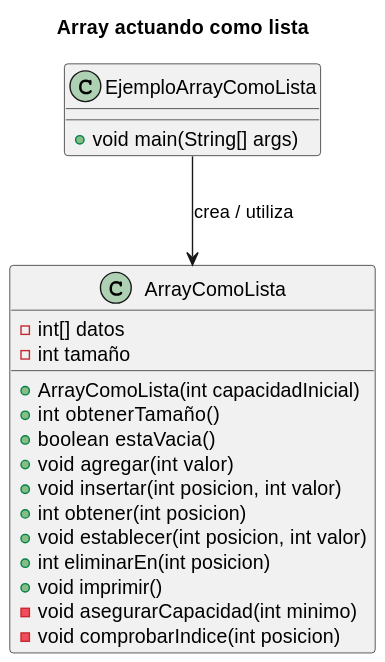
Above: entregas/orozcoBeatriz/documentosUML/ArrayComoLista.svg in mmasias/25-26-EDA1 (PlantUML), before the change. The source it was exported from:
```plantuml
@startuml
title Array actuando como lista

class ArrayComoLista {
  - int[] datos
  - int tamaño
  + ArrayComoLista(int capacidadInicial)
  + int obtenerTamaño()
  + boolean estaVacia()
  + void agregar(int valor)
  + void insertar(int posicion, int valor)
  + int obtener(int posicion)
  + void establecer(int posicion, int valor)
  + int eliminarEn(int posicion)
  + void imprimir()
  - void asegurarCapacidad(int minimo)
  - void comprobarIndice(int posicion)
}

class EjemploArrayComoLista {
  + void main(String[] args)
}

EjemploArrayComoLista --> ArrayComoLista : crea / utiliza
@enduml
```
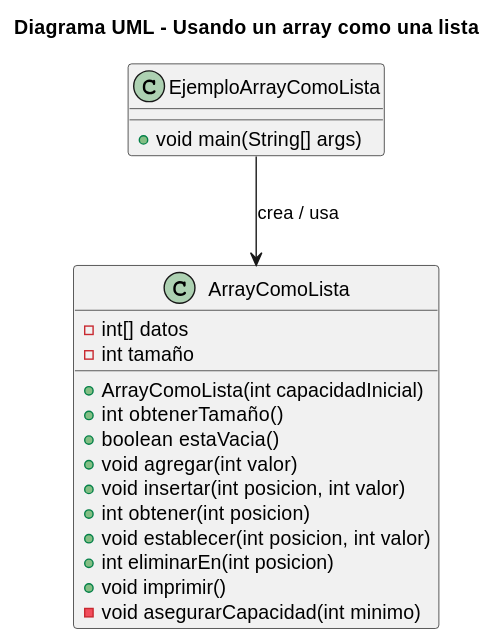
After the commit.

Commit message:
Actualizo el diagram UML del codigo

The edit, as a diff of the source:
```diff
@@ -1,5 +1,5 @@
 @startuml
-title Array actuando como lista
+title Diagrama UML - Usando un array como una lista
 
 class ArrayComoLista {
   - int[] datos
@@ -14,12 +14,11 @@
   + int eliminarEn(int posicion)
   + void imprimir()
   - void asegurarCapacidad(int minimo)
-  - void comprobarIndice(int posicion)
 }
 
 class EjemploArrayComoLista {
   + void main(String[] args)
 }
 
-EjemploArrayComoLista --> ArrayComoLista : crea / utiliza
+EjemploArrayComoLista --> ArrayComoLista : crea / usa
 @enduml
```
